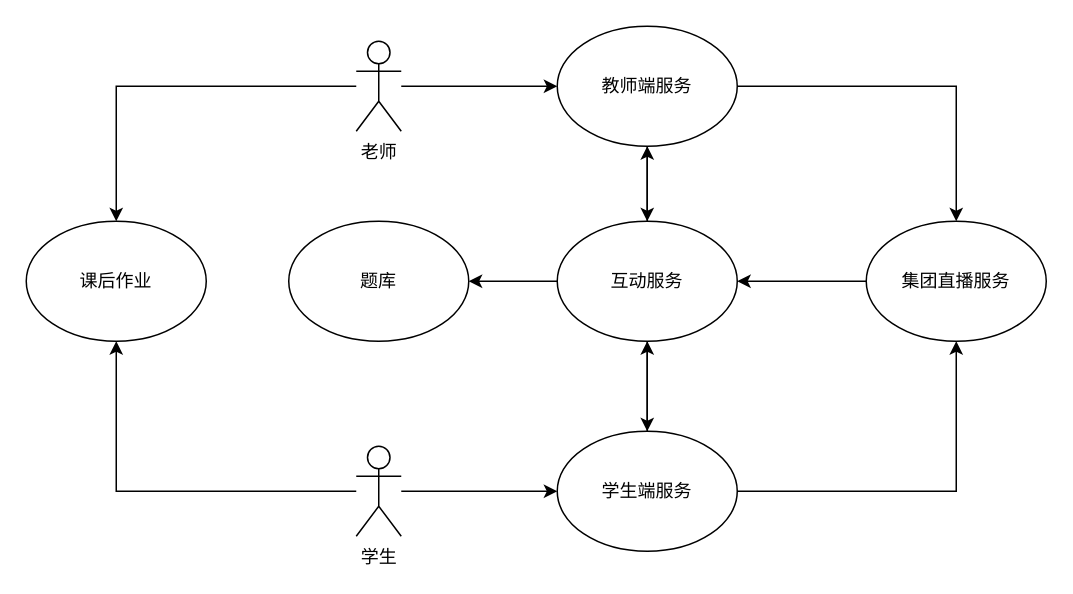
Earlier version of the draw.io diagram src/main/resources/Untitled Diagram.drawio (likedong/ho). Source tidied: cells renumbered, new cells numbered last; positions are measured from the earlier drawing's top-left corner, leaving out a move shared by most shapes. Both pictures are drawn from the tidied source at 150%, with x=0, y=0 at pixel (26, 26).
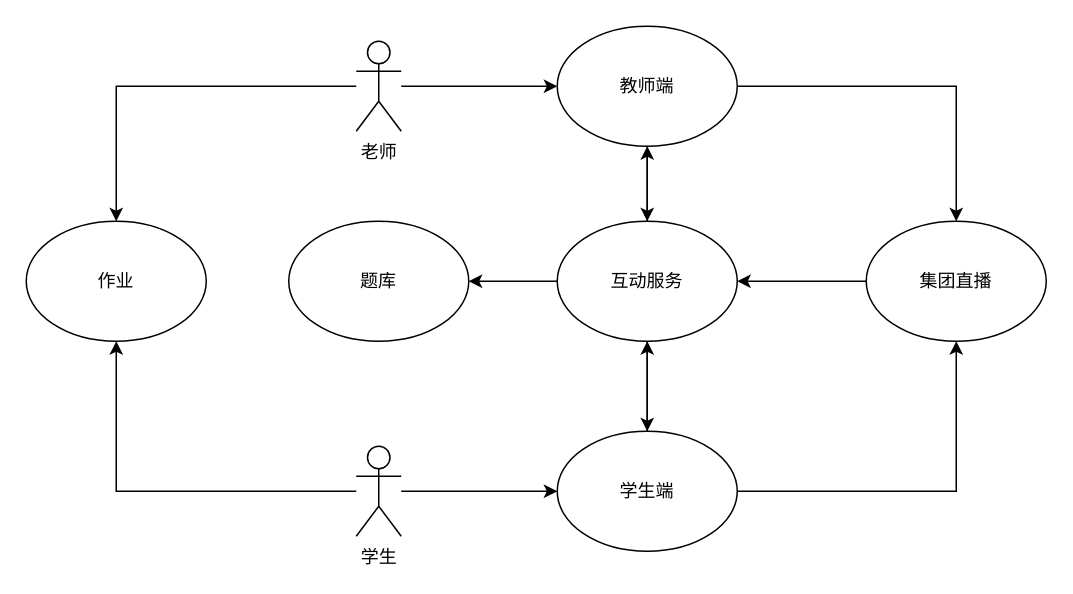
The same diagram, later.

Diff of the diagram source:
```diff
@@
-    <mxCell id="4" value="教师端服务" style="ellipse;whiteSpace=wrap;html=1;" parent="1" vertex="1">
+    <mxCell id="4" value="教师端" style="ellipse;whiteSpace=wrap;html=1;" parent="1" vertex="1">
       <mxGeometry x="354" width="120" height="80" as="geometry" />
     </mxCell>
@@
-    <mxCell id="13" value="学生端服务" style="ellipse;whiteSpace=wrap;html=1;" parent="1" vertex="1">
+    <mxCell id="13" value="学生端" style="ellipse;whiteSpace=wrap;html=1;" parent="1" vertex="1">
       <mxGeometry x="354" y="270" width="120" height="80" as="geometry" />
     </mxCell>
@@
-    <mxCell id="19" value="集团直播服务" style="ellipse;whiteSpace=wrap;html=1;" parent="1" vertex="1">
+    <mxCell id="19" value="集团直播" style="ellipse;whiteSpace=wrap;html=1;" parent="1" vertex="1">
       <mxGeometry x="560" y="130" width="120" height="80" as="geometry" />
     </mxCell>
-    <mxCell id="20" value="课后作业" style="ellipse;whiteSpace=wrap;html=1;" parent="1" vertex="1">
+    <mxCell id="20" value="作业" style="ellipse;whiteSpace=wrap;html=1;" parent="1" vertex="1">
       <mxGeometry y="130" width="120" height="80" as="geometry" />
     </mxCell>
```
